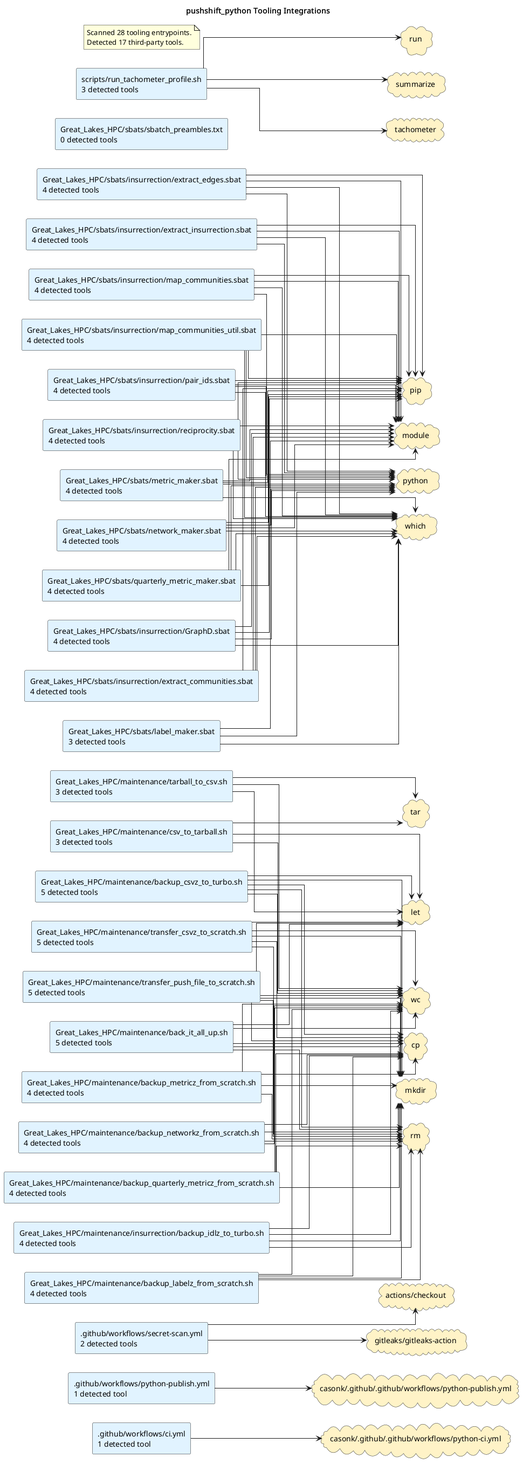
casonk/pushshift_python keeps this PlantUML diagram as docs/diagrams/tooling-integrations.puml.png. Above is the earlier version.
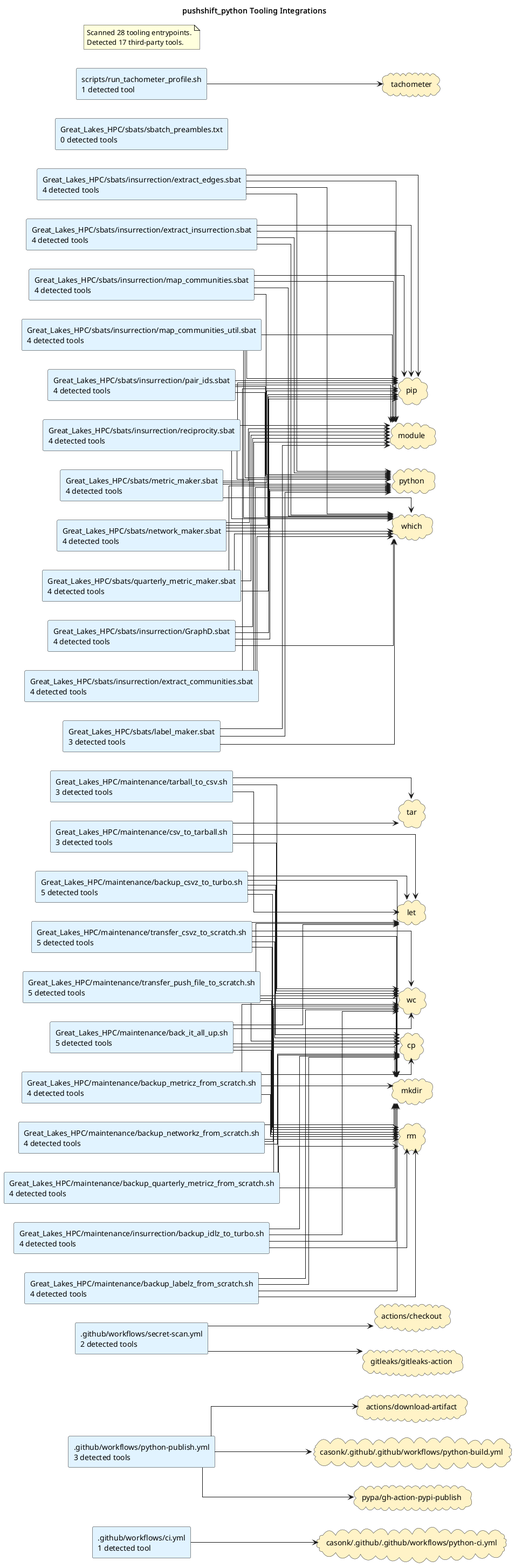
After the change.

Diff of the diagram source:
```diff
@@ -6,7 +6,7 @@
 skinparam componentStyle rectangle
 skinparam linetype ortho
 rectangle ".github/workflows/ci.yml\n1 detected tool" as source_github_workflows_ci_yml #E0F2FE
-rectangle ".github/workflows/python-publish.yml\n1 detected tool" as source_github_workflows_python_publish_yml #E0F2FE
+rectangle ".github/workflows/python-publish.yml\n3 detected tools" as source_github_workflows_python_publish_yml #E0F2FE
 rectangle ".github/workflows/secret-scan.yml\n2 detected tools" as source_github_workflows_secret_scan_yml #E0F2FE
 rectangle "Great_Lakes_HPC/maintenance/back_it_all_up.sh\n5 detected tools" as source_great_lakes_hpc_maintenance_back_it_all_up_sh #E0F2FE
 rectangle "Great_Lakes_HPC/maintenance/backup_csvz_to_turbo.sh\n5 detected tools" as source_great_lakes_hpc_maintenance_backup_csvz_to_turbo_sh #E0F2FE
@@ -32,26 +32,28 @@
 rectangle "Great_Lakes_HPC/sbats/network_maker.sbat\n4 detected tools" as source_great_lakes_hpc_sbats_network_maker_sbat #E0F2FE
 rectangle "Great_Lakes_HPC/sbats/quarterly_metric_maker.sbat\n4 detected tools" as source_great_lakes_hpc_sbats_quarterly_metric_maker_sbat #E0F2FE
 rectangle "Great_Lakes_HPC/sbats/sbatch_preambles.txt\n0 detected tools" as source_great_lakes_hpc_sbats_sbatch_preambles_txt #E0F2FE
-rectangle "scripts/run_tachometer_profile.sh\n3 detected tools" as source_scripts_run_tachometer_profile_sh #E0F2FE
+rectangle "scripts/run_tachometer_profile.sh\n1 detected tool" as source_scripts_run_tachometer_profile_sh #E0F2FE
 cloud "actions/checkout" as tool_actions_checkout #FEF3C7
+cloud "actions/download-artifact" as tool_actions_download_artifact #FEF3C7
+cloud "casonk/.github/.github/workflows/python-build.yml" as tool_casonk_github_github_workflows_python_build_yml #FEF3C7
 cloud "casonk/.github/.github/workflows/python-ci.yml" as tool_casonk_github_github_workflows_python_ci_yml #FEF3C7
-cloud "casonk/.github/.github/workflows/python-publish.yml" as tool_casonk_github_github_workflows_python_publish_yml #FEF3C7
 cloud "cp" as tool_cp #FEF3C7
 cloud "gitleaks/gitleaks-action" as tool_gitleaks_gitleaks_action #FEF3C7
 cloud "let" as tool_let #FEF3C7
 cloud "mkdir" as tool_mkdir #FEF3C7
 cloud "module" as tool_module #FEF3C7
 cloud "pip" as tool_pip #FEF3C7
+cloud "pypa/gh-action-pypi-publish" as tool_pypa_gh_action_pypi_publish #FEF3C7
 cloud "python" as tool_python #FEF3C7
 cloud "rm" as tool_rm #FEF3C7
-cloud "run" as tool_run #FEF3C7
-cloud "summarize" as tool_summarize #FEF3C7
 cloud "tachometer" as tool_tachometer #FEF3C7
 cloud "tar" as tool_tar #FEF3C7
 cloud "wc" as tool_wc #FEF3C7
 cloud "which" as tool_which #FEF3C7
 source_github_workflows_ci_yml --> tool_casonk_github_github_workflows_python_ci_yml
-source_github_workflows_python_publish_yml --> tool_casonk_github_github_workflows_python_publish_yml
+source_github_workflows_python_publish_yml --> tool_actions_download_artifact
+source_github_workflows_python_publish_yml --> tool_casonk_github_github_workflows_python_build_yml
+source_github_workflows_python_publish_yml --> tool_pypa_gh_action_pypi_publish
 source_github_workflows_secret_scan_yml --> tool_actions_checkout
 source_github_workflows_secret_scan_yml --> tool_gitleaks_gitleaks_action
 source_great_lakes_hpc_maintenance_back_it_all_up_sh --> tool_cp
@@ -147,8 +149,6 @@
 source_great_lakes_hpc_sbats_quarterly_metric_maker_sbat --> tool_pip
 source_great_lakes_hpc_sbats_quarterly_metric_maker_sbat --> tool_python
 source_great_lakes_hpc_sbats_quarterly_metric_maker_sbat --> tool_which
-source_scripts_run_tachometer_profile_sh --> tool_run
-source_scripts_run_tachometer_profile_sh --> tool_summarize
 source_scripts_run_tachometer_profile_sh --> tool_tachometer
 note as toolingGraphSummary
 Scanned 28 tooling entrypoints.
```
